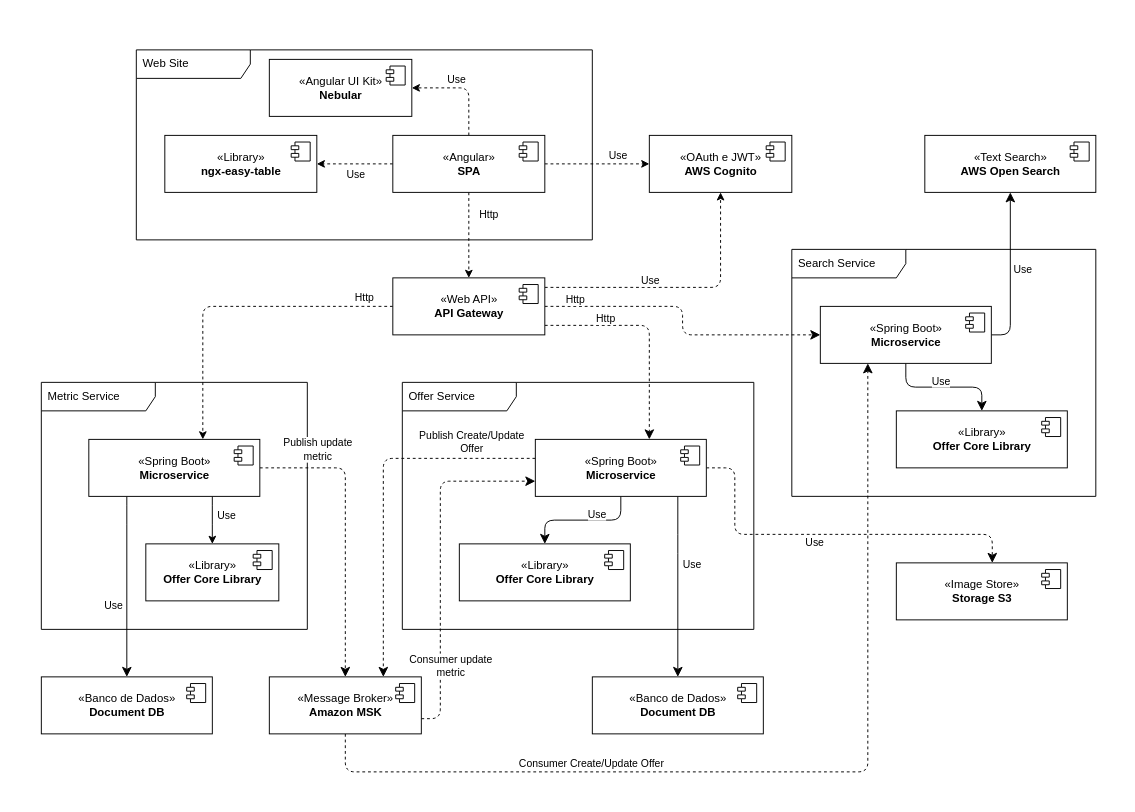
The draw.io diagram diagrama-componente.drawio in nelsonjunior/offer-documentacao, before the edit. Source tidied: cells renumbered, new cells numbered last; positions are measured from the earlier drawing's top-left corner, leaving out a move shared by most shapes. Both pictures are drawn from the tidied source at 95%, with x=0, y=0 at pixel (41, 49).
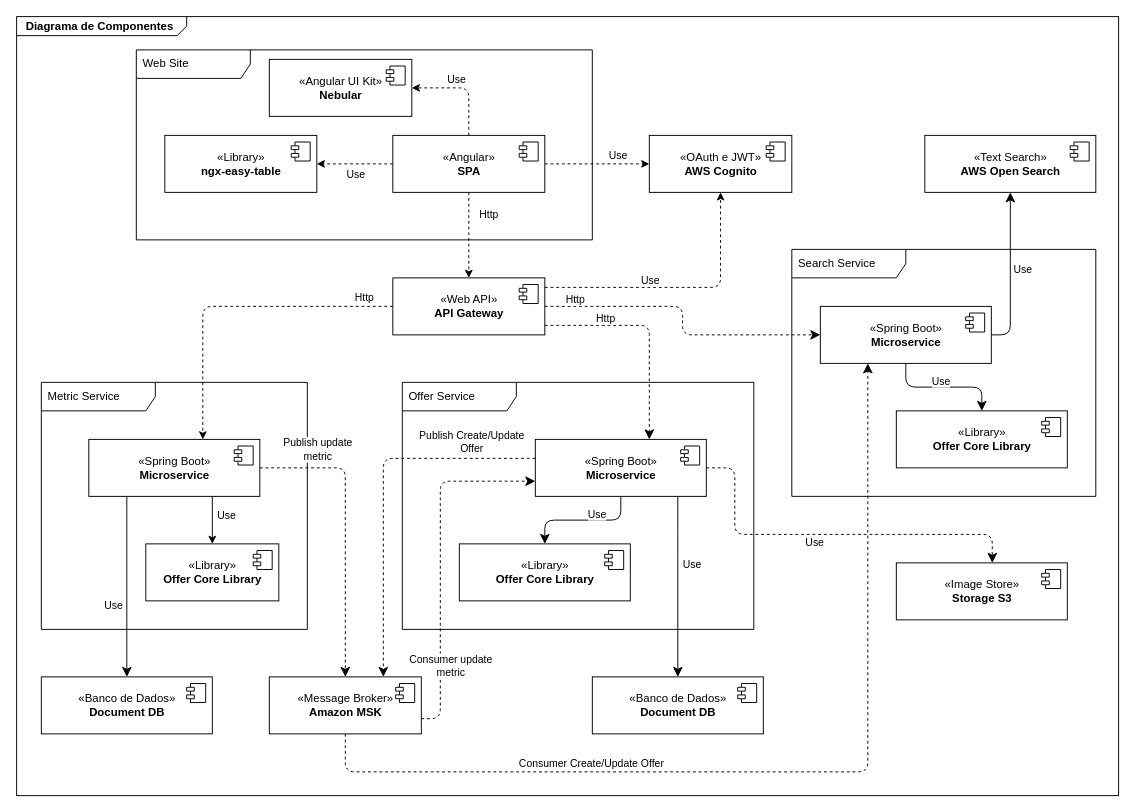
The same page after the edit.

Commit message:
Ajuste componentes

What changed in the source:
```diff
@@
+    <mxCell id="76" value="&lt;p style=&quot;margin: 0px ; margin-top: 4px ; margin-left: 10px ; text-align: left&quot;&gt;&lt;b&gt;Diagrama de Componentes&lt;/b&gt;&lt;/p&gt;" style="html=1;strokeWidth=1;shape=mxgraph.sysml.package;html=1;overflow=fill;whiteSpace=wrap;labelX=179.58;" parent="1" vertex="1">
+      <mxGeometry x="-26" y="-35" width="1160" height="820" as="geometry" />
+    </mxCell>
```
